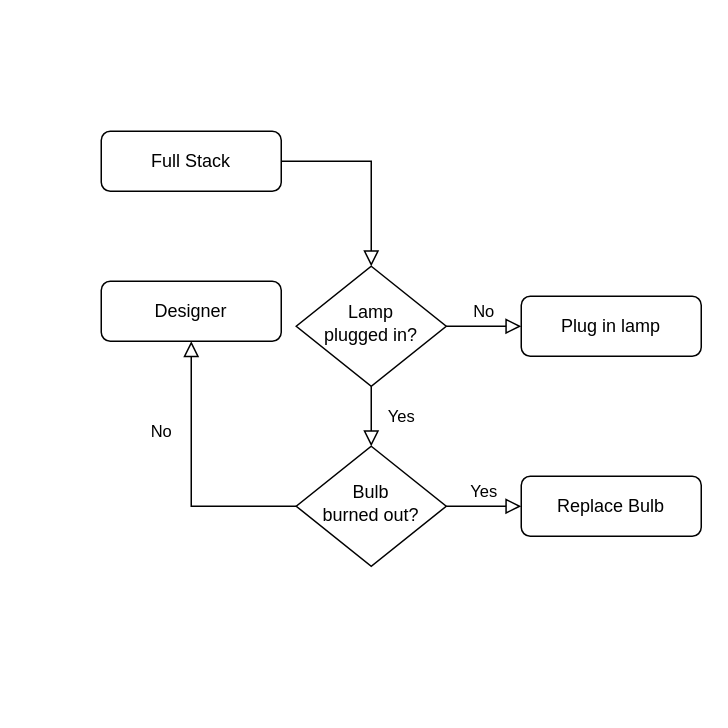
This is Untitled Diagram.drawio from nat-1501/projeto-site, a draw.io file, before an edit. Source tidied: cells renumbered, new cells numbered last; positions are measured from the earlier drawing's top-left corner, leaving out a move shared by most shapes. Both pictures are drawn from the tidied source at 150%, with x=0, y=0 at pixel (100, 130).
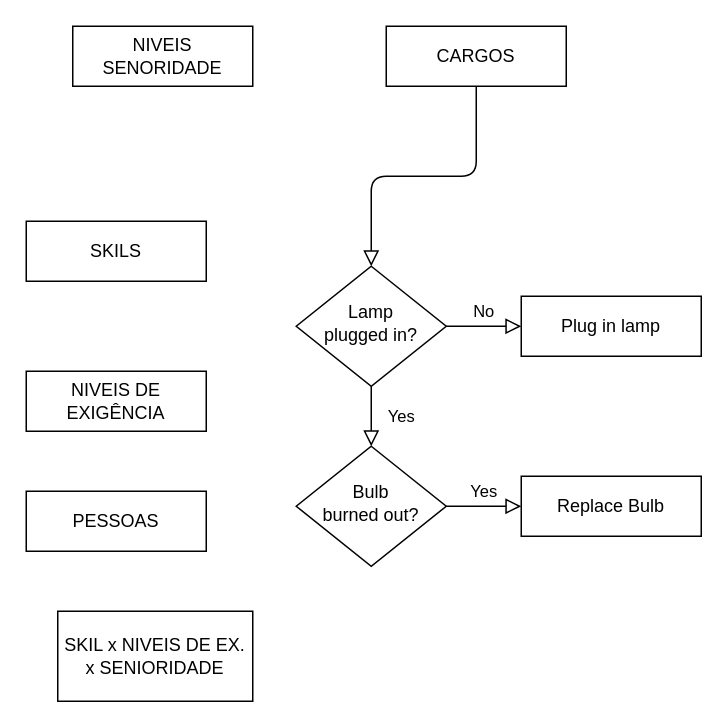
Above is the later version.

Commit message:
Incluindo Entidades

The edit, as a diff of the source:
```diff
@@
 <mxGraphModel>
   <root>
     <mxCell id="0" />
     <mxCell id="1" parent="0" />
-    <mxCell id="2" style="rounded=0;html=1;jettySize=auto;fontSize=11;endArrow=block;endFill=0;endSize=8;strokeWidth=1;shadow=0;labelBackgroundColor=none;edgeStyle=orthogonalEdgeStyle;" parent="1" edge="1" source="3" target="6">
+    <mxCell id="2" style="html=1;jettySize=auto;fontSize=11;endArrow=block;endFill=0;endSize=8;strokeWidth=1;shadow=0;labelBackgroundColor=none;edgeStyle=orthogonalEdgeStyle;" parent="1" edge="1" source="3" target="6">
       <mxGeometry relative="1" as="geometry" />
     </mxCell>
-    <mxCell id="3" value="Full Stack" style="rounded=1;whiteSpace=wrap;html=1;fontSize=12;glass=0;strokeWidth=1;shadow=0;" parent="1" vertex="1">
-      <mxGeometry width="120" height="40" as="geometry" />
+    <mxCell id="3" value="CARGOS" style="whiteSpace=wrap;html=1;fontSize=12;glass=0;strokeWidth=1;shadow=0;" parent="1" vertex="1">
+      <mxGeometry x="190" y="-70" width="120" height="40" as="geometry" />
     </mxCell>
-    <mxCell id="4" value="Yes" style="rounded=0;html=1;jettySize=auto;fontSize=11;endArrow=block;endFill=0;endSize=8;strokeWidth=1;shadow=0;labelBackgroundColor=none;edgeStyle=orthogonalEdgeStyle;" parent="1" edge="1" source="6" target="10">
+    <mxCell id="4" value="Yes" style="html=1;jettySize=auto;fontSize=11;endArrow=block;endFill=0;endSize=8;strokeWidth=1;shadow=0;labelBackgroundColor=none;edgeStyle=orthogonalEdgeStyle;" parent="1" edge="1" source="6" target="10">
       <mxGeometry y="20" relative="1" as="geometry" />
     </mxCell>
-    <mxCell id="5" value="No" style="edgeStyle=orthogonalEdgeStyle;rounded=0;html=1;jettySize=auto;fontSize=11;endArrow=block;endFill=0;endSize=8;strokeWidth=1;shadow=0;labelBackgroundColor=none;" parent="1" edge="1" source="6" target="7">
+    <mxCell id="5" value="No" style="edgeStyle=orthogonalEdgeStyle;html=1;jettySize=auto;fontSize=11;endArrow=block;endFill=0;endSize=8;strokeWidth=1;shadow=0;labelBackgroundColor=none;" parent="1" edge="1" source="6" target="7">
       <mxGeometry y="10" relative="1" as="geometry" />
     </mxCell>
     <mxCell id="6" value="Lamp&lt;br&gt;plugged in?" style="rhombus;whiteSpace=wrap;html=1;shadow=0;fontFamily=Helvetica;fontSize=12;align=center;strokeWidth=1;spacing=6;spacingTop=-4;" parent="1" vertex="1">
       <mxGeometry x="130" y="90" width="100" height="80" as="geometry" />
     </mxCell>
-    <mxCell id="7" value="Plug in lamp" style="rounded=1;whiteSpace=wrap;html=1;fontSize=12;glass=0;strokeWidth=1;shadow=0;" parent="1" vertex="1">
+    <mxCell id="7" value="Plug in lamp" style="whiteSpace=wrap;html=1;fontSize=12;glass=0;strokeWidth=1;shadow=0;" parent="1" vertex="1">
       <mxGeometry x="280" y="110" width="120" height="40" as="geometry" />
     </mxCell>
-    <mxCell id="8" value="No" style="rounded=0;html=1;jettySize=auto;fontSize=11;endArrow=block;endFill=0;endSize=8;strokeWidth=1;shadow=0;labelBackgroundColor=none;edgeStyle=orthogonalEdgeStyle;" parent="1" edge="1" source="10" target="11">
-      <mxGeometry x="0.33" y="20" relative="1" as="geometry" />
-    </mxCell>
-    <mxCell id="9" value="Yes" style="edgeStyle=orthogonalEdgeStyle;rounded=0;html=1;jettySize=auto;fontSize=11;endArrow=block;endFill=0;endSize=8;strokeWidth=1;shadow=0;labelBackgroundColor=none;" parent="1" edge="1" source="10" target="12">
+    <mxCell id="9" value="Yes" style="edgeStyle=orthogonalEdgeStyle;html=1;jettySize=auto;fontSize=11;endArrow=block;endFill=0;endSize=8;strokeWidth=1;shadow=0;labelBackgroundColor=none;" parent="1" edge="1" source="10" target="12">
       <mxGeometry y="10" relative="1" as="geometry" />
     </mxCell>
     <mxCell id="10" value="Bulb&lt;br&gt;burned out?" style="rhombus;whiteSpace=wrap;html=1;shadow=0;fontFamily=Helvetica;fontSize=12;align=center;strokeWidth=1;spacing=6;spacingTop=-4;" parent="1" vertex="1">
       <mxGeometry x="130" y="210" width="100" height="80" as="geometry" />
     </mxCell>
+    <mxCell id="12" value="Replace Bulb" style="whiteSpace=wrap;html=1;fontSize=12;glass=0;strokeWidth=1;shadow=0;" parent="1" vertex="1">
+      <mxGeometry x="280" y="230" width="120" height="40" as="geometry" />
+    </mxCell>
-    <mxCell id="11" value="Designer" style="rounded=1;whiteSpace=wrap;html=1;fontSize=12;glass=0;strokeWidth=1;shadow=0;" parent="1" vertex="1">
-      <mxGeometry y="100" width="120" height="40" as="geometry" />
+    <mxCell id="11" value="NIVEIS SENORIDADE" style="whiteSpace=wrap;html=1;fontSize=12;glass=0;strokeWidth=1;shadow=0;" parent="1" vertex="1">
+      <mxGeometry x="-19" y="-70" width="120" height="40" as="geometry" />
     </mxCell>
-    <mxCell id="12" value="Replace Bulb" style="rounded=1;whiteSpace=wrap;html=1;fontSize=12;glass=0;strokeWidth=1;shadow=0;" parent="1" vertex="1">
-      <mxGeometry x="280" y="230" width="120" height="40" as="geometry" />
-    </mxCell>
+    <mxCell id="13" value="SKILS" style="whiteSpace=wrap;html=1;fontSize=12;glass=0;strokeWidth=1;shadow=0;" parent="1" vertex="1">
+      <mxGeometry x="-50" y="60" width="120" height="40" as="geometry" />
+    </mxCell>
+    <mxCell id="14" value="NIVEIS DE EXIGÊNCIA" style="whiteSpace=wrap;html=1;fontSize=12;glass=0;strokeWidth=1;shadow=0;" parent="1" vertex="1">
+      <mxGeometry x="-50" y="160" width="120" height="40" as="geometry" />
+    </mxCell>
+    <mxCell id="15" value="PESSOAS" style="whiteSpace=wrap;html=1;fontSize=12;glass=0;strokeWidth=1;shadow=0;" parent="1" vertex="1">
+      <mxGeometry x="-50" y="240" width="120" height="40" as="geometry" />
+    </mxCell>
+    <mxCell id="16" value="SKIL x NIVEIS DE EX. x SENIORIDADE" style="whiteSpace=wrap;html=1;fontSize=12;glass=0;strokeWidth=1;shadow=0;" parent="1" vertex="1">
+      <mxGeometry x="-29" y="320" width="130" height="60" as="geometry" />
+    </mxCell>
   </root>
 </mxGraphModel>
```
